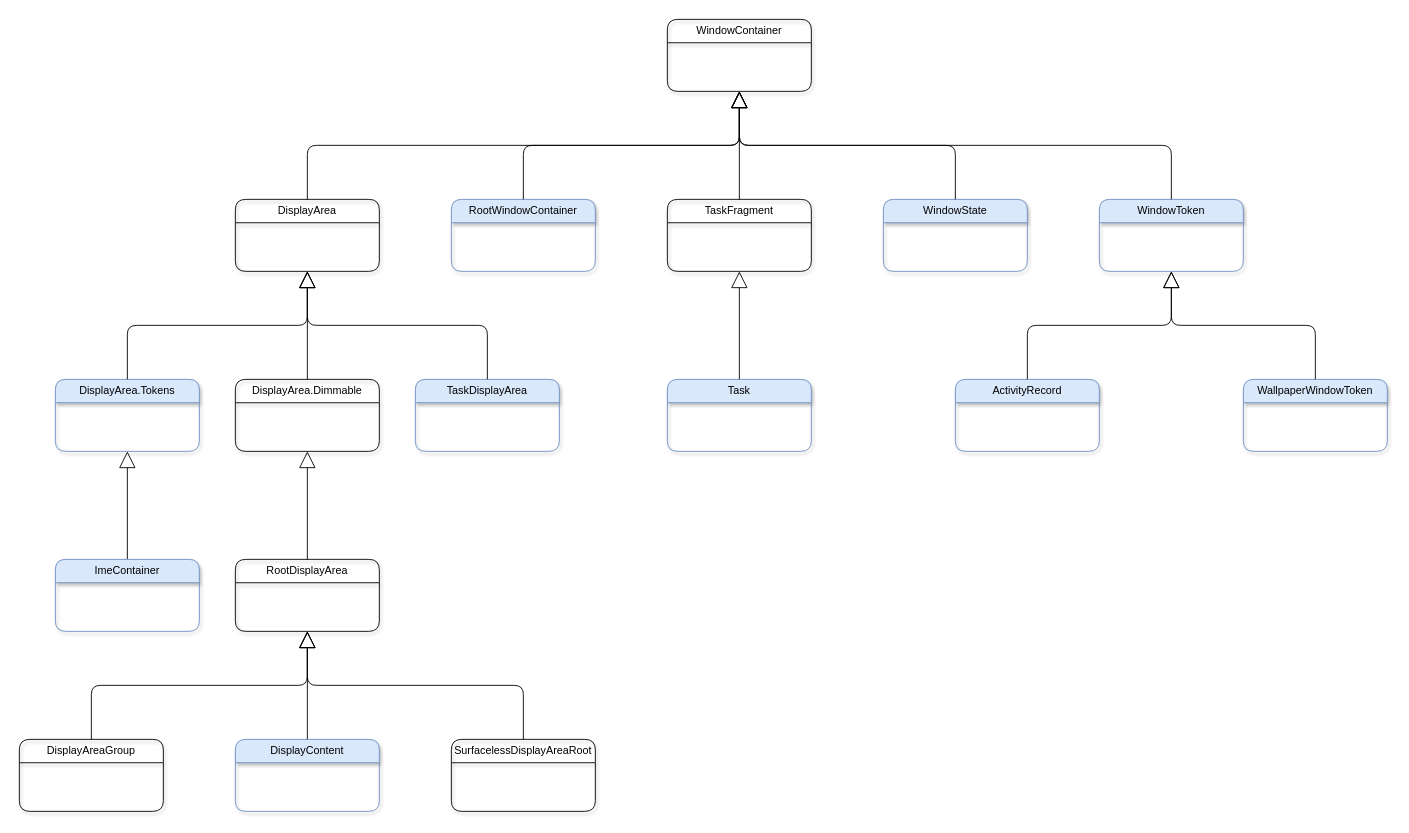
The draw.io diagram page "Class Hierachy" (1 of 2) of WMS.drawio in Kaling1203/Diagram, before the edit. Source tidied: cells renumbered, new cells numbered last; positions are measured from the earlier drawing's top-left corner, leaving out a move shared by most shapes. Both pictures are drawn from the tidied source at 90%, with x=0, y=0 at pixel (19, 19).
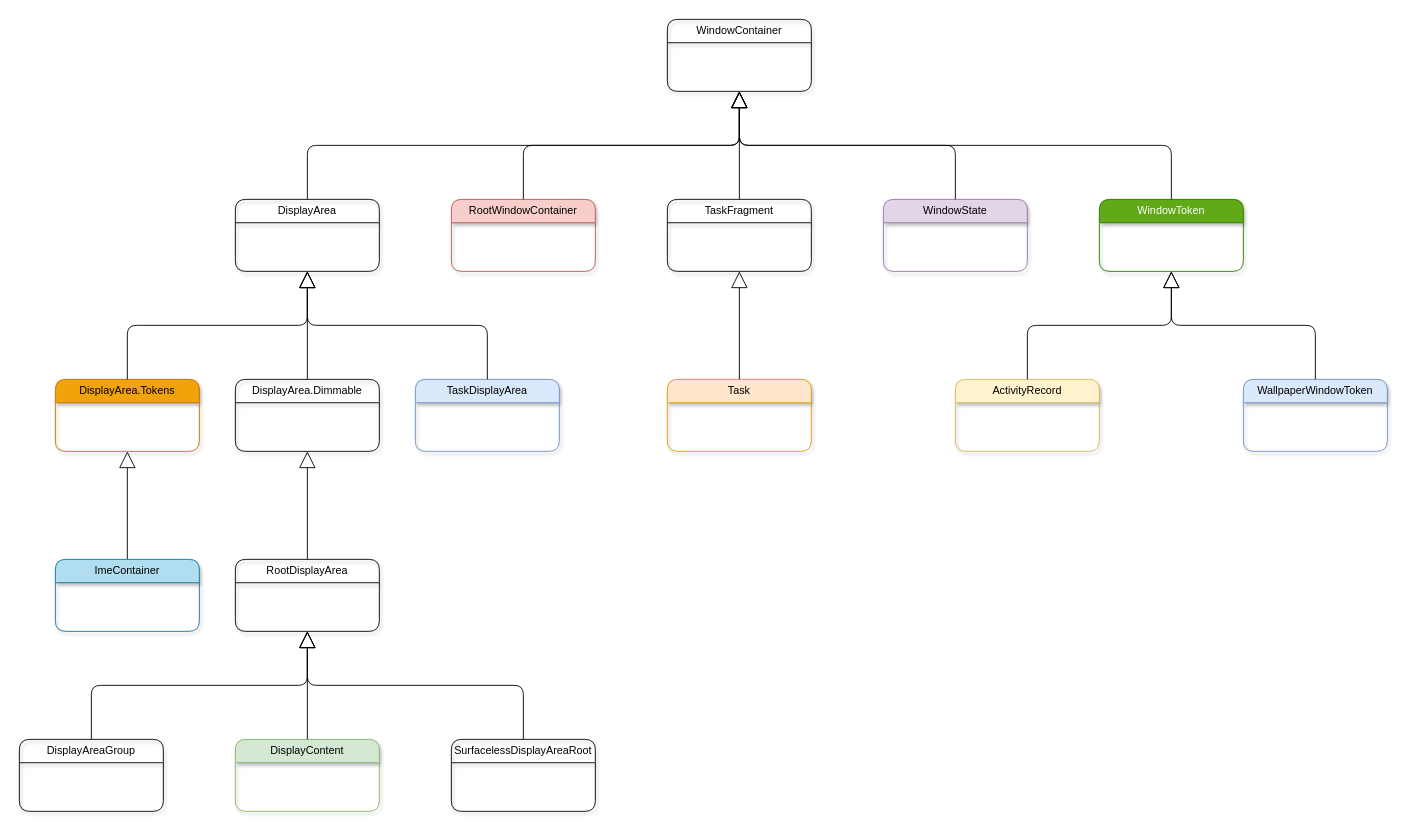
Above is the later version.

What changed in the source:
```diff
@@
-    <mxCell id="4" value="RootWindowContainer" style="swimlane;fontStyle=0;horizontal=1;startSize=26;fillColor=#dae8fc;whiteSpace=wrap;html=1;rounded=1;shadow=1;strokeColor=#6c8ebf;" parent="1" vertex="1">
+    <mxCell id="4" value="RootWindowContainer" style="swimlane;fontStyle=0;horizontal=1;startSize=26;fillColor=#f8cecc;whiteSpace=wrap;html=1;rounded=1;shadow=1;strokeColor=#b85450;" parent="1" vertex="1">
       <mxGeometry x="480" y="200" width="160" height="80" as="geometry" />
     </mxCell>
@@
-    <mxCell id="6" value="WindowState" style="swimlane;fontStyle=0;horizontal=1;startSize=26;fillColor=#dae8fc;whiteSpace=wrap;html=1;rounded=1;shadow=1;strokeColor=#6c8ebf;" parent="1" vertex="1">
+    <mxCell id="6" value="WindowState" style="swimlane;fontStyle=0;horizontal=1;startSize=26;fillColor=#e1d5e7;whiteSpace=wrap;html=1;rounded=1;shadow=1;strokeColor=#9673a6;" parent="1" vertex="1">
       <mxGeometry x="960" y="200" width="160" height="80" as="geometry" />
     </mxCell>
-    <mxCell id="7" value="WindowToken" style="swimlane;fontStyle=0;horizontal=1;startSize=26;fillColor=#dae8fc;whiteSpace=wrap;html=1;rounded=1;shadow=1;strokeColor=#6c8ebf;" parent="1" vertex="1">
+    <mxCell id="7" value="WindowToken" style="swimlane;fontStyle=0;horizontal=1;startSize=26;fillColor=#60a917;whiteSpace=wrap;html=1;rounded=1;shadow=1;strokeColor=#2D7600;fontColor=#ffffff;" parent="1" vertex="1">
       <mxGeometry x="1200" y="200" width="160" height="80" as="geometry" />
     </mxCell>
@@
-    <mxCell id="14" value="DisplayArea.Tokens" style="swimlane;fontStyle=0;horizontal=1;startSize=26;fillColor=#dae8fc;whiteSpace=wrap;html=1;rounded=1;shadow=1;strokeColor=#6c8ebf;" parent="1" vertex="1">
+    <mxCell id="14" value="DisplayArea.Tokens" style="swimlane;fontStyle=0;horizontal=1;startSize=26;fillColor=#f0a30a;whiteSpace=wrap;html=1;rounded=1;shadow=1;strokeColor=#BD7000;fontColor=#000000;" parent="1" vertex="1">
       <mxGeometry x="40" y="400" width="160" height="80" as="geometry" />
     </mxCell>
@@
-    <mxCell id="20" value="Task" style="swimlane;fontStyle=0;horizontal=1;startSize=26;fillColor=#dae8fc;whiteSpace=wrap;html=1;rounded=1;shadow=1;strokeColor=#6c8ebf;" parent="1" vertex="1">
+    <mxCell id="20" value="Task" style="swimlane;fontStyle=0;horizontal=1;startSize=26;fillColor=#ffe6cc;whiteSpace=wrap;html=1;rounded=1;shadow=1;strokeColor=#d79b00;" parent="1" vertex="1">
       <mxGeometry x="720" y="400" width="160" height="80" as="geometry" />
     </mxCell>
@@
-    <mxCell id="22" value="ActivityRecord" style="swimlane;fontStyle=0;horizontal=1;startSize=26;fillColor=#dae8fc;whiteSpace=wrap;html=1;rounded=1;shadow=1;strokeColor=#6c8ebf;" parent="1" vertex="1">
+    <mxCell id="22" value="ActivityRecord" style="swimlane;fontStyle=0;horizontal=1;startSize=26;fillColor=#fff2cc;whiteSpace=wrap;html=1;rounded=1;shadow=1;strokeColor=#d6b656;" parent="1" vertex="1">
       <mxGeometry x="1040" y="400" width="160" height="80" as="geometry" />
     </mxCell>
@@
-    <mxCell id="26" value="ImeContainer" style="swimlane;fontStyle=0;horizontal=1;startSize=26;fillColor=#dae8fc;whiteSpace=wrap;html=1;rounded=1;shadow=1;strokeColor=#6c8ebf;" parent="1" vertex="1">
+    <mxCell id="26" value="ImeContainer" style="swimlane;fontStyle=0;horizontal=1;startSize=26;fillColor=#b1ddf0;whiteSpace=wrap;html=1;rounded=1;shadow=1;strokeColor=#10739e;" parent="1" vertex="1">
       <mxGeometry x="40" y="600" width="160" height="80" as="geometry" />
     </mxCell>
@@
-    <mxCell id="31" value="DisplayContent" style="swimlane;fontStyle=0;horizontal=1;startSize=26;fillColor=#dae8fc;whiteSpace=wrap;html=1;rounded=1;shadow=1;strokeColor=#6c8ebf;" parent="1" vertex="1">
+    <mxCell id="31" value="DisplayContent" style="swimlane;fontStyle=0;horizontal=1;startSize=26;fillColor=#d5e8d4;whiteSpace=wrap;html=1;rounded=1;shadow=1;strokeColor=#82b366;" parent="1" vertex="1">
       <mxGeometry x="240" y="800" width="160" height="80" as="geometry" />
     </mxCell>
```
